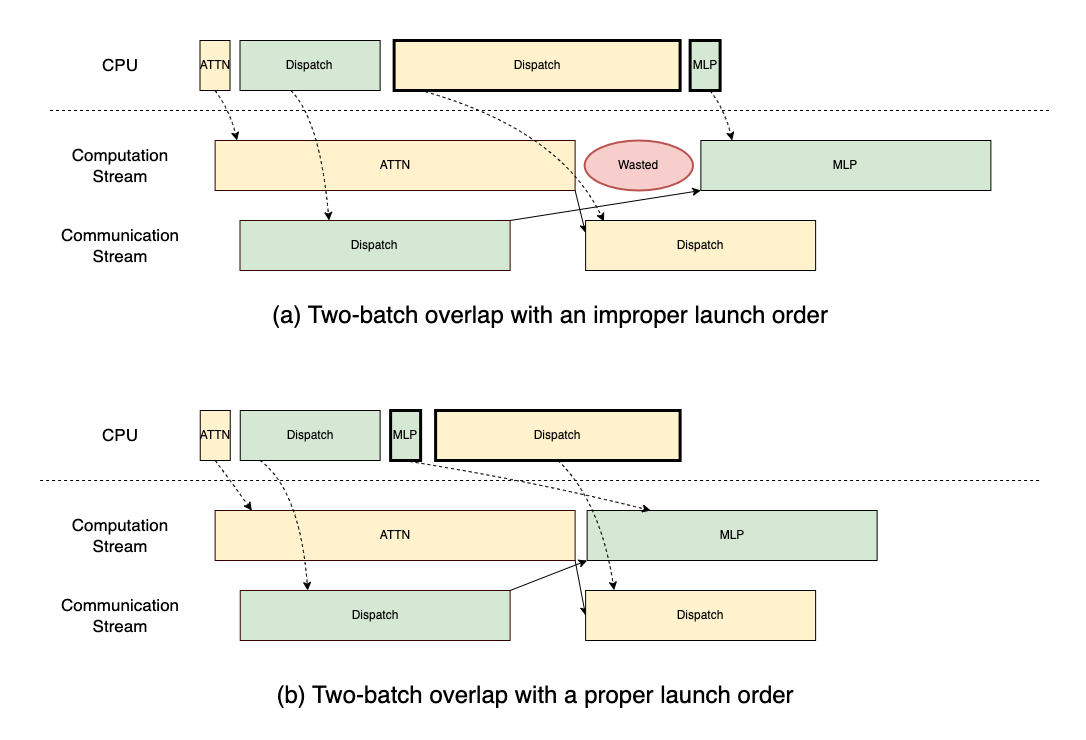
ch-wan/lm-sys.github.io keeps this draw.io diagram as public/images/blog/large_scale_ep/tbo-prefill.png. Above is the earlier version. Source tidied: cells renumbered, new cells last; positions are measured from the earlier drawing's top-left corner, leaving out a move shared by most shapes.
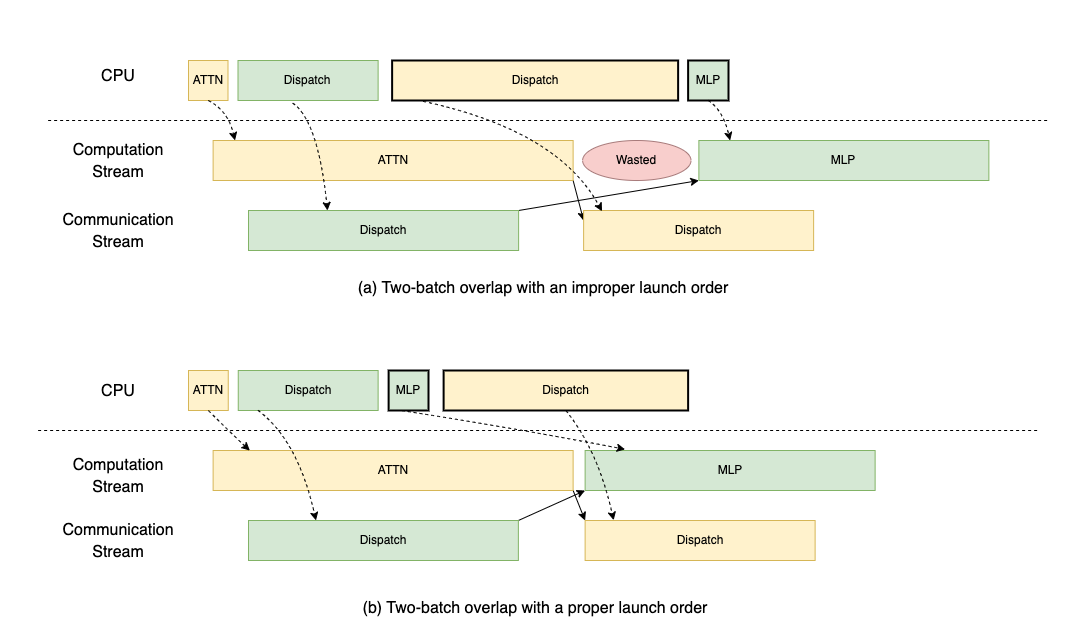
After the commit.

The edit, as a diff of the source:
```diff
@@ -3,125 +3,117 @@
     <mxCell id="0" />
     <mxCell id="1" parent="0" />
     <mxCell id="2" style="rounded=0;whiteSpace=wrap;html=1;strokeWidth=0;strokeColor=none;" parent="1" vertex="1">
-      <mxGeometry x="10" width="1070" height="740" as="geometry" />
+      <mxGeometry x="10" width="1070" height="640" as="geometry" />
     </mxCell>
-    <mxCell id="3" value="CPU" style="text;html=1;strokeColor=none;fillColor=none;align=center;verticalAlign=middle;whiteSpace=wrap;rounded=0;fontSize=17;" parent="1" vertex="1">
-      <mxGeometry x="65" y="50" width="110" height="30" as="geometry" />
+    <mxCell id="3" value="&lt;font style=&quot;font-size: 16px;&quot;&gt;CPU&lt;/font&gt;" style="text;html=1;strokeColor=none;fillColor=none;align=center;verticalAlign=middle;whiteSpace=wrap;rounded=0;fontSize=17;" parent="1" vertex="1">
+      <mxGeometry x="65" y="60" width="110" height="30" as="geometry" />
     </mxCell>
-    <mxCell id="4" value="Computation Stream" style="text;html=1;strokeColor=none;fillColor=none;align=center;verticalAlign=middle;whiteSpace=wrap;rounded=0;fontSize=17;" parent="1" vertex="1">
-      <mxGeometry x="65" y="150" width="110" height="30" as="geometry" />
+    <mxCell id="4" value="&lt;font style=&quot;font-size: 16px;&quot;&gt;Computation Stream&lt;/font&gt;" style="text;html=1;strokeColor=none;fillColor=none;align=center;verticalAlign=middle;whiteSpace=wrap;rounded=0;fontSize=17;" parent="1" vertex="1">
+      <mxGeometry x="65" y="145" width="110" height="30" as="geometry" />
     </mxCell>
-    <mxCell id="5" value="Communication Stream" style="text;html=1;strokeColor=none;fillColor=none;align=center;verticalAlign=middle;whiteSpace=wrap;rounded=0;fontSize=17;" parent="1" vertex="1">
-      <mxGeometry x="65" y="230" width="110" height="30" as="geometry" />
+    <mxCell id="5" value="&lt;font style=&quot;font-size: 16px;&quot;&gt;Communication Stream&lt;/font&gt;" style="text;html=1;strokeColor=none;fillColor=none;align=center;verticalAlign=middle;whiteSpace=wrap;rounded=0;fontSize=17;" parent="1" vertex="1">
+      <mxGeometry x="65" y="215" width="110" height="30" as="geometry" />
     </mxCell>
-    <mxCell id="6" value="ATTN" style="rounded=0;whiteSpace=wrap;html=1;fillColor=#fff2cc;strokeColor=#000000;strokeWidth=1;" parent="1" vertex="1">
-      <mxGeometry x="199.8" y="410" width="30" height="50" as="geometry" />
+    <mxCell id="6" value="ATTN" style="rounded=0;whiteSpace=wrap;html=1;fillColor=#fff2cc;strokeColor=#d6b656;strokeWidth=1;" parent="1" vertex="1">
+      <mxGeometry x="190" y="370" width="39.8" height="40" as="geometry" />
     </mxCell>
-    <mxCell id="7" value="MLP" style="rounded=0;whiteSpace=wrap;html=1;fillColor=#d5e8d4;strokeColor=#000000;strokeWidth=3;" parent="1" vertex="1">
-      <mxGeometry x="390.1" y="410" width="30" height="50" as="geometry" />
+    <mxCell id="7" value="MLP" style="rounded=0;whiteSpace=wrap;html=1;fillColor=#d5e8d4;strokeColor=#000000;strokeWidth=2;" parent="1" vertex="1">
+      <mxGeometry x="390.1" y="370" width="39.9" height="40" as="geometry" />
     </mxCell>
-    <mxCell id="8" value="Dispatch" style="rounded=0;whiteSpace=wrap;html=1;fillColor=#d5e8d4;strokeColor=#000000;strokeWidth=1;" parent="1" vertex="1">
-      <mxGeometry x="239.8" y="410" width="139.9" height="50" as="geometry" />
+    <mxCell id="8" value="Dispatch" style="rounded=0;whiteSpace=wrap;html=1;fillColor=#d5e8d4;strokeColor=#82b366;strokeWidth=1;" parent="1" vertex="1">
+      <mxGeometry x="239.8" y="370" width="139.9" height="40" as="geometry" />
     </mxCell>
-    <mxCell id="9" style="rounded=0;jettySize=auto;html=1;exitX=1;exitY=1;exitDx=0;exitDy=0;entryX=0;entryY=0.5;entryDx=0;entryDy=0;" parent="1" edge="1" source="10" target="13">
+    <mxCell id="9" style="rounded=0;jettySize=auto;html=1;exitX=1;exitY=1;exitDx=0;exitDy=0;entryX=0;entryY=0;entryDx=0;entryDy=0;" parent="1" edge="1" source="10" target="13">
       <mxGeometry relative="1" as="geometry" />
     </mxCell>
-    <mxCell id="10" value="ATTN" style="rounded=0;whiteSpace=wrap;html=1;fillColor=#fff2cc;strokeColor=#330000;strokeWidth=1;" parent="1" vertex="1">
-      <mxGeometry x="214.6" y="510" width="360" height="50" as="geometry" />
+    <mxCell id="10" value="ATTN" style="rounded=0;whiteSpace=wrap;html=1;fillColor=#fff2cc;strokeColor=#d6b656;strokeWidth=1;" parent="1" vertex="1">
+      <mxGeometry x="214.6" y="450" width="360" height="40" as="geometry" />
     </mxCell>
     <mxCell id="11" style="rounded=0;jettySize=auto;html=1;exitX=1;exitY=0;exitDx=0;exitDy=0;entryX=0;entryY=1;entryDx=0;entryDy=0;" parent="1" edge="1" source="12" target="14">
       <mxGeometry relative="1" as="geometry" />
     </mxCell>
-    <mxCell id="12" value="Dispatch" style="rounded=0;whiteSpace=wrap;html=1;fillColor=#d5e8d4;strokeColor=#330000;strokeWidth=1;" parent="1" vertex="1">
-      <mxGeometry x="239.8" y="590" width="269.9" height="50" as="geometry" />
+    <mxCell id="12" value="Dispatch" style="rounded=0;whiteSpace=wrap;html=1;fillColor=#d5e8d4;strokeColor=#82b366;strokeWidth=1;" parent="1" vertex="1">
+      <mxGeometry x="250" y="520" width="269.9" height="40" as="geometry" />
     </mxCell>
-    <mxCell id="13" value="Dispatch" style="rounded=0;whiteSpace=wrap;html=1;fillColor=#fff2cc;strokeColor=#000000;strokeWidth=1;" parent="1" vertex="1">
-      <mxGeometry x="585.1" y="590" width="230" height="50" as="geometry" />
+    <mxCell id="13" value="Dispatch" style="rounded=0;whiteSpace=wrap;html=1;fillColor=#fff2cc;strokeColor=#d6b656;strokeWidth=1;" parent="1" vertex="1">
+      <mxGeometry x="586.6" y="520" width="230" height="40" as="geometry" />
     </mxCell>
-    <mxCell id="14" value="MLP" style="rounded=0;whiteSpace=wrap;html=1;fillColor=#d5e8d4;strokeColor=#000000;strokeWidth=1;" parent="1" vertex="1">
-      <mxGeometry x="586.6" y="510" width="290" height="50" as="geometry" />
+    <mxCell id="14" value="MLP" style="rounded=0;whiteSpace=wrap;html=1;fillColor=#d5e8d4;strokeColor=#82b366;strokeWidth=1;" parent="1" vertex="1">
+      <mxGeometry x="586.6" y="450" width="290" height="40" as="geometry" />
     </mxCell>
-    <mxCell id="15" value="Dispatch" style="rounded=0;whiteSpace=wrap;html=1;fillColor=#fff2cc;strokeColor=#000000;strokeWidth=3;" parent="1" vertex="1">
-      <mxGeometry x="435.1" y="410" width="244.5" height="50" as="geometry" />
+    <mxCell id="15" value="Dispatch" style="rounded=0;whiteSpace=wrap;html=1;fillColor=#fff2cc;strokeColor=#000000;strokeWidth=2;" parent="1" vertex="1">
+      <mxGeometry x="445.1" y="370" width="244.5" height="40" as="geometry" />
     </mxCell>
-    <mxCell id="16" value="CPU" style="text;html=1;strokeColor=none;fillColor=none;align=center;verticalAlign=middle;whiteSpace=wrap;rounded=0;fontSize=17;" parent="1" vertex="1">
-      <mxGeometry x="65" y="420" width="110" height="30" as="geometry" />
+    <mxCell id="16" value="&lt;font style=&quot;font-size: 16px;&quot;&gt;CPU&lt;/font&gt;" style="text;html=1;strokeColor=none;fillColor=none;align=center;verticalAlign=middle;whiteSpace=wrap;rounded=0;fontSize=17;" parent="1" vertex="1">
+      <mxGeometry x="65" y="375" width="110" height="30" as="geometry" />
     </mxCell>
-    <mxCell id="17" value="Computation Stream" style="text;html=1;strokeColor=none;fillColor=none;align=center;verticalAlign=middle;whiteSpace=wrap;rounded=0;fontSize=17;" parent="1" vertex="1">
-      <mxGeometry x="65" y="520" width="110" height="30" as="geometry" />
+    <mxCell id="17" value="&lt;font style=&quot;font-size: 16px;&quot;&gt;Computation Stream&lt;/font&gt;" style="text;html=1;strokeColor=none;fillColor=none;align=center;verticalAlign=middle;whiteSpace=wrap;rounded=0;fontSize=17;" parent="1" vertex="1">
+      <mxGeometry x="65" y="460" width="110" height="30" as="geometry" />
     </mxCell>
-    <mxCell id="18" value="Communication Stream" style="text;html=1;strokeColor=none;fillColor=none;align=center;verticalAlign=middle;whiteSpace=wrap;rounded=0;fontSize=17;" parent="1" vertex="1">
-      <mxGeometry x="65" y="600" width="110" height="30" as="geometry" />
+    <mxCell id="18" value="&lt;font style=&quot;font-size: 16px;&quot;&gt;Communication Stream&lt;/font&gt;" style="text;html=1;strokeColor=none;fillColor=none;align=center;verticalAlign=middle;whiteSpace=wrap;rounded=0;fontSize=17;" parent="1" vertex="1">
+      <mxGeometry x="65" y="525" width="110" height="30" as="geometry" />
     </mxCell>
     <mxCell id="19" style="endArrow=none;dashed=1;html=1;rounded=0;" parent="1" edge="1">
       <mxGeometry relative="1" as="geometry">
-        <mxPoint x="39.6" y="480" as="sourcePoint" />
-        <mxPoint x="1039.6" y="480" as="targetPoint" />
+        <mxPoint x="39.6" y="430" as="sourcePoint" />
+        <mxPoint x="1039.6" y="430" as="targetPoint" />
       </mxGeometry>
     </mxCell>
-    <mxCell id="20" style="endArrow=none;dashed=1;html=1;rounded=0;" parent="1" edge="1">
-      <mxGeometry relative="1" as="geometry">
-        <mxPoint x="49.5" y="110" as="sourcePoint" />
-        <mxPoint x="1049.6" y="110" as="targetPoint" />
-      </mxGeometry>
-    </mxCell>
-    <mxCell id="21" value="ATTN" style="rounded=0;whiteSpace=wrap;html=1;fillColor=#fff2cc;strokeColor=#000000;strokeWidth=1;" parent="1" vertex="1">
-      <mxGeometry x="199.5" y="40" width="30" height="50" as="geometry" />
+    <mxCell id="21" value="ATTN" style="rounded=0;whiteSpace=wrap;html=1;fillColor=#fff2cc;strokeColor=#d6b656;strokeWidth=1;" parent="1" vertex="1">
+      <mxGeometry x="190" y="60" width="39.5" height="40" as="geometry" />
     </mxCell>
-    <mxCell id="22" value="MLP" style="rounded=0;whiteSpace=wrap;html=1;fillColor=#d5e8d4;strokeColor=#000000;strokeWidth=3;" parent="1" vertex="1">
-      <mxGeometry x="689.6" y="40" width="30" height="50" as="geometry" />
+    <mxCell id="22" value="MLP" style="rounded=0;whiteSpace=wrap;html=1;fillColor=#d5e8d4;strokeColor=#000000;strokeWidth=2;" parent="1" vertex="1">
+      <mxGeometry x="689.6" y="60" width="40.4" height="40" as="geometry" />
     </mxCell>
-    <mxCell id="23" value="Dispatch" style="rounded=0;whiteSpace=wrap;html=1;fillColor=#d5e8d4;strokeColor=#000000;strokeWidth=1;" parent="1" vertex="1">
-      <mxGeometry x="239.5" y="40" width="140.1" height="50" as="geometry" />
+    <mxCell id="23" value="Dispatch" style="rounded=0;whiteSpace=wrap;html=1;fillColor=#d5e8d4;strokeColor=#82b366;strokeWidth=1;" parent="1" vertex="1">
+      <mxGeometry x="239.5" y="60" width="140.1" height="40" as="geometry" />
     </mxCell>
     <mxCell id="24" style="rounded=0;jettySize=auto;html=1;exitX=1;exitY=1;exitDx=0;exitDy=0;entryX=0;entryY=0.25;entryDx=0;entryDy=0;" parent="1" edge="1" source="25" target="28">
       <mxGeometry relative="1" as="geometry" />
     </mxCell>
-    <mxCell id="25" value="ATTN" style="rounded=0;whiteSpace=wrap;html=1;fillColor=#fff2cc;strokeColor=#330000;strokeWidth=1;" parent="1" vertex="1">
-      <mxGeometry x="214.6" y="140" width="360" height="50" as="geometry" />
+    <mxCell id="25" value="ATTN" style="rounded=0;whiteSpace=wrap;html=1;fillColor=#fff2cc;strokeColor=#d6b656;strokeWidth=1;" parent="1" vertex="1">
+      <mxGeometry x="214.6" y="140" width="360" height="40" as="geometry" />
     </mxCell>
     <mxCell id="26" style="rounded=0;jettySize=auto;html=1;exitX=1;exitY=0;exitDx=0;exitDy=0;entryX=0;entryY=1;entryDx=0;entryDy=0;" parent="1" edge="1" source="27" target="29">
       <mxGeometry relative="1" as="geometry" />
     </mxCell>
-    <mxCell id="27" value="Dispatch" style="rounded=0;whiteSpace=wrap;html=1;fillColor=#d5e8d4;strokeColor=#330000;strokeWidth=1;" parent="1" vertex="1">
-      <mxGeometry x="239.5" y="220" width="270.1" height="50" as="geometry" />
+    <mxCell id="27" value="Dispatch" style="rounded=0;whiteSpace=wrap;html=1;fillColor=#d5e8d4;strokeColor=#82b366;strokeWidth=1;" parent="1" vertex="1">
+      <mxGeometry x="250" y="210" width="270.1" height="40" as="geometry" />
     </mxCell>
-    <mxCell id="28" value="Dispatch" style="rounded=0;whiteSpace=wrap;html=1;fillColor=#fff2cc;strokeColor=#000000;strokeWidth=1;" parent="1" vertex="1">
-      <mxGeometry x="585.1" y="220" width="230" height="50" as="geometry" />
+    <mxCell id="28" value="Dispatch" style="rounded=0;whiteSpace=wrap;html=1;fillColor=#fff2cc;strokeColor=#d6b656;strokeWidth=1;" parent="1" vertex="1">
+      <mxGeometry x="585.1" y="210" width="230" height="40" as="geometry" />
     </mxCell>
-    <mxCell id="29" value="MLP" style="rounded=0;whiteSpace=wrap;html=1;fillColor=#d5e8d4;strokeColor=#000000;strokeWidth=1;" parent="1" vertex="1">
-      <mxGeometry x="700.4" y="140" width="290" height="50" as="geometry" />
+    <mxCell id="29" value="MLP" style="rounded=0;whiteSpace=wrap;html=1;fillColor=#d5e8d4;strokeColor=#82b366;strokeWidth=1;" parent="1" vertex="1">
+      <mxGeometry x="700.4" y="140" width="290" height="40" as="geometry" />
     </mxCell>
-    <mxCell id="30" value="Dispatch" style="rounded=0;whiteSpace=wrap;html=1;fillColor=#fff2cc;strokeColor=#000000;strokeWidth=3;" parent="1" vertex="1">
-      <mxGeometry x="393.6" y="40" width="286" height="50" as="geometry" />
+    <mxCell id="30" value="Dispatch" style="rounded=0;whiteSpace=wrap;html=1;fillColor=#fff2cc;strokeColor=#000000;strokeWidth=2;" parent="1" vertex="1">
+      <mxGeometry x="393.6" y="60" width="286" height="40" as="geometry" />
     </mxCell>
     <mxCell id="31" style="curved=1;endArrow=classic;html=1;rounded=0;exitX=0.5;exitY=1;exitDx=0;exitDy=0;entryX=0.102;entryY=0.002;entryDx=0;entryDy=0;entryPerimeter=0;dashed=1;" parent="1" edge="1" source="6" target="10">
       <mxGeometry relative="1" as="geometry">
         <Array as="points">
-          <mxPoint x="229.8" y="480" />
+          <mxPoint x="229.8" y="430" />
         </Array>
       </mxGeometry>
     </mxCell>
     <mxCell id="32" style="curved=1;endArrow=classic;html=1;rounded=0;exitX=0.141;exitY=0.995;exitDx=0;exitDy=0;entryX=0.25;entryY=0;entryDx=0;entryDy=0;exitPerimeter=0;dashed=1;" parent="1" edge="1" source="8" target="12">
       <mxGeometry relative="1" as="geometry">
         <Array as="points">
-          <mxPoint x="299.6" y="490" />
+          <mxPoint x="299.6" y="440" />
         </Array>
       </mxGeometry>
     </mxCell>
-    <mxCell id="33" style="curved=1;endArrow=classic;html=1;rounded=0;exitX=0.5;exitY=1;exitDx=0;exitDy=0;entryX=0.102;entryY=0.002;entryDx=0;entryDy=0;entryPerimeter=0;dashed=1;" parent="1" edge="1">
+    <mxCell id="33" style="curved=1;endArrow=classic;html=1;rounded=0;exitX=0.5;exitY=1;exitDx=0;exitDy=0;entryX=0.102;entryY=0.002;entryDx=0;entryDy=0;entryPerimeter=0;dashed=1;" parent="1" edge="1" source="21">
       <mxGeometry relative="1" as="geometry">
-        <mxPoint x="214.5" y="90" as="sourcePoint" />
         <mxPoint x="236.5" y="140" as="targetPoint" />
         <Array as="points">
           <mxPoint x="229.5" y="110" />
         </Array>
       </mxGeometry>
     </mxCell>
-    <mxCell id="34" style="curved=1;endArrow=classic;html=1;rounded=0;exitX=0.141;exitY=0.995;exitDx=0;exitDy=0;entryX=0.25;entryY=0;entryDx=0;entryDy=0;exitPerimeter=0;dashed=1;" parent="1" edge="1">
+    <mxCell id="34" style="curved=1;endArrow=classic;html=1;rounded=0;exitX=0.39;exitY=1.064;exitDx=0;exitDy=0;exitPerimeter=0;dashed=1;" parent="1" edge="1" source="23">
       <mxGeometry relative="1" as="geometry">
-        <mxPoint x="290.5" y="90" as="sourcePoint" />
-        <mxPoint x="328.5" y="220" as="targetPoint" />
+        <mxPoint x="329" y="210" as="targetPoint" />
         <Array as="points">
           <mxPoint x="319.5" y="120" />
         </Array>
@@ -130,16 +122,15 @@
     <mxCell id="35" style="curved=1;endArrow=classic;html=1;rounded=0;exitX=0.5;exitY=1;exitDx=0;exitDy=0;entryX=0.124;entryY=-0.007;entryDx=0;entryDy=0;dashed=1;entryPerimeter=0;" parent="1" edge="1" source="15" target="13">
       <mxGeometry relative="1" as="geometry">
         <Array as="points">
-          <mxPoint x="599.6" y="500" />
+          <mxPoint x="599.6" y="450" />
         </Array>
       </mxGeometry>
     </mxCell>
-    <mxCell id="36" style="curved=1;endArrow=classic;html=1;rounded=0;entryX=0.102;entryY=0.002;entryDx=0;entryDy=0;entryPerimeter=0;dashed=1;" parent="1" edge="1">
+    <mxCell id="36" style="curved=1;endArrow=classic;html=1;rounded=0;entryX=0.138;entryY=-0.028;entryDx=0;entryDy=0;entryPerimeter=0;dashed=1;" parent="1" edge="1" target="14">
       <mxGeometry relative="1" as="geometry">
-        <mxPoint x="403" y="460" as="sourcePoint" />
-        <mxPoint x="650.1" y="510" as="targetPoint" />
+        <mxPoint x="403" y="410" as="sourcePoint" />
         <Array as="points">
-          <mxPoint x="529.6" y="480" />
+          <mxPoint x="529.6" y="430" />
         </Array>
       </mxGeometry>
     </mxCell>
@@ -150,23 +141,28 @@
         </Array>
       </mxGeometry>
     </mxCell>
-    <mxCell id="38" style="curved=1;endArrow=classic;html=1;rounded=0;exitX=0.5;exitY=1;exitDx=0;exitDy=0;entryX=0.102;entryY=0.002;entryDx=0;entryDy=0;entryPerimeter=0;dashed=1;" parent="1" edge="1">
+    <mxCell id="38" style="curved=1;endArrow=classic;html=1;rounded=0;exitX=0.5;exitY=1;exitDx=0;exitDy=0;entryX=0.102;entryY=0.002;entryDx=0;entryDy=0;entryPerimeter=0;dashed=1;" parent="1" edge="1" source="22">
       <mxGeometry relative="1" as="geometry">
-        <mxPoint x="709.6" y="90" as="sourcePoint" />
         <mxPoint x="731.6" y="140" as="targetPoint" />
         <Array as="points">
           <mxPoint x="724.6" y="110" />
         </Array>
       </mxGeometry>
     </mxCell>
-    <mxCell id="39" value="(b) Two-batch overlap with a proper launch order" style="text;html=1;align=center;verticalAlign=middle;whiteSpace=wrap;rounded=0;fontSize=24;" parent="1" vertex="1">
-      <mxGeometry y="680" width="1070" height="30" as="geometry" />
+    <mxCell id="39" value="&lt;font style=&quot;font-size: 16px;&quot;&gt;(b) Two-batch overlap with a proper launch order&lt;/font&gt;" style="text;html=1;align=center;verticalAlign=middle;whiteSpace=wrap;rounded=0;fontSize=24;" parent="1" vertex="1">
+      <mxGeometry x="1.6" y="590" width="1070" height="30" as="geometry" />
     </mxCell>
-    <mxCell id="40" value="(a) Two-batch overlap with an improper launch order" style="text;html=1;align=center;verticalAlign=middle;whiteSpace=wrap;rounded=0;fontSize=24;" parent="1" vertex="1">
-      <mxGeometry x="14.6" y="300" width="1070" height="30" as="geometry" />
+    <mxCell id="40" value="&lt;font style=&quot;font-size: 16px;&quot;&gt;(a) Two-batch overlap with an improper launch order&lt;/font&gt;" style="text;html=1;align=center;verticalAlign=middle;whiteSpace=wrap;rounded=0;fontSize=24;" parent="1" vertex="1">
+      <mxGeometry x="10" y="270" width="1070" height="30" as="geometry" />
     </mxCell>
-    <mxCell id="41" value="Wasted" style="ellipse;whiteSpace=wrap;html=1;fillColor=#f8cecc;strokeColor=#b85450;rounded=0;strokeWidth=2;" parent="1" vertex="1">
-      <mxGeometry x="584.1" y="140" width="108.4" height="50" as="geometry" />
+    <mxCell id="41" value="Wasted" style="ellipse;whiteSpace=wrap;html=1;fillColor=#f8cecc;strokeColor=#A87B7B;rounded=0;strokeWidth=1;" parent="1" vertex="1">
+      <mxGeometry x="584.1" y="140" width="108.4" height="40" as="geometry" />
     </mxCell>
+    <mxCell id="42" style="endArrow=none;dashed=1;html=1;rounded=0;" parent="1" edge="1">
+      <mxGeometry relative="1" as="geometry">
+        <mxPoint x="49.6" y="120" as="sourcePoint" />
+        <mxPoint x="1049.6" y="120" as="targetPoint" />
+      </mxGeometry>
+    </mxCell>
   </root>
 </mxGraphModel>
```
